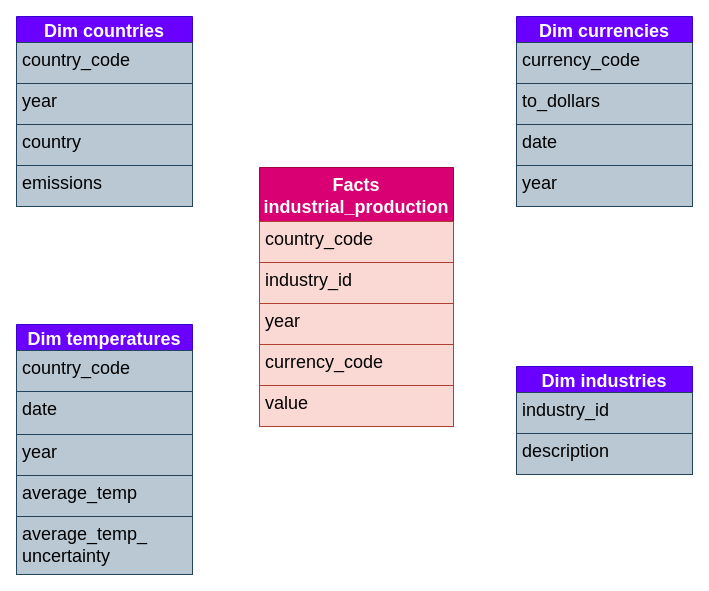
The draw.io diagram schema.drawio in Sondar4/Climate-Change-Analytics, before the edit. Source tidied: cells renumbered, new cells numbered last; positions are measured from the earlier drawing's top-left corner, leaving out a move shared by most shapes. Both pictures are drawn from the tidied source at 100%, with x=0, y=0 at pixel (16, 16).
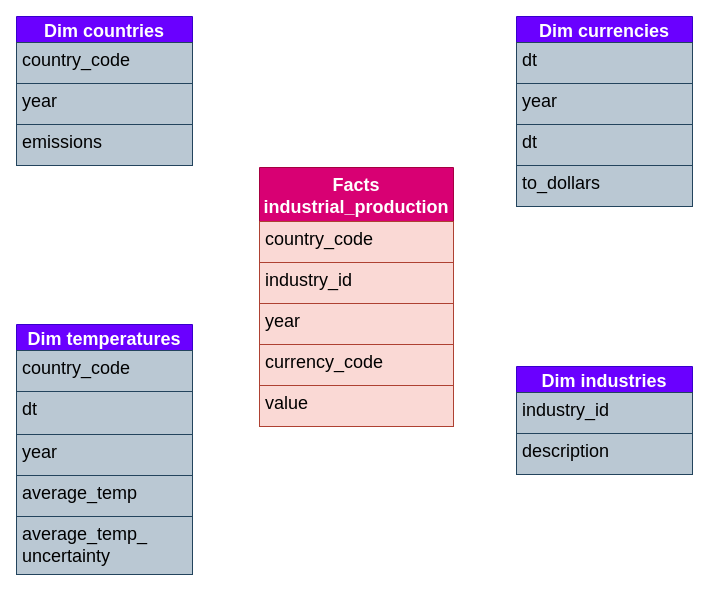
After the change.

Unchanged cells that the change refers to:
```xml
<mxCell id="9" value="Dim currencies" style="swimlane;fontStyle=1;horizontal=1;startSize=26;fillColor=#6a00ff;fontSize=18;fontFamily=Helvetica;strokeColor=#3700CC;fontColor=#ffffff;" parent="1" vertex="1">
  <mxGeometry x="500" width="176" height="149" as="geometry" />
</mxCell>
<mxCell id="18" value="Dim temperatures" style="swimlane;fontStyle=1;horizontal=1;startSize=26;fillColor=#6a00ff;fontSize=18;fontFamily=Helvetica;strokeColor=#3700CC;fontColor=#ffffff;" parent="1" vertex="1">
  <mxGeometry y="308" width="176" height="151" as="geometry" />
</mxCell>
```

The edit, as a diff of the source:
```diff
@@
-    <mxCell id="10" value="currency_code" style="text;align=left;verticalAlign=top;spacingLeft=4;spacingRight=4;overflow=hidden;fontSize=18;fillColor=#bac8d3;strokeColor=#23445d;fontColor=#000000;" parent="9" vertex="1">
+    <mxCell id="10" value="dt" style="text;align=left;verticalAlign=top;spacingLeft=4;spacingRight=4;overflow=hidden;fontSize=18;fillColor=#bac8d3;strokeColor=#23445d;fontColor=#000000;" parent="9" vertex="1">
       <mxGeometry y="26" width="176" height="41" as="geometry" />
     </mxCell>
-    <mxCell id="11" value="to_dollars" style="text;align=left;verticalAlign=top;spacingLeft=4;spacingRight=4;overflow=hidden;fontSize=18;fillColor=#bac8d3;strokeColor=#23445d;fontColor=#000000;" parent="9" vertex="1">
+    <mxCell id="11" value="year" style="text;align=left;verticalAlign=top;spacingLeft=4;spacingRight=4;overflow=hidden;fontSize=18;fillColor=#bac8d3;strokeColor=#23445d;fontColor=#000000;" parent="9" vertex="1">
       <mxGeometry y="67" width="176" height="41" as="geometry" />
     </mxCell>
-    <mxCell id="12" value="date" style="text;align=left;verticalAlign=top;spacingLeft=4;spacingRight=4;overflow=hidden;fontSize=18;fillColor=#bac8d3;strokeColor=#23445d;fontColor=#000000;" parent="9" vertex="1">
+    <mxCell id="12" value="dt" style="text;align=left;verticalAlign=top;spacingLeft=4;spacingRight=4;overflow=hidden;fontSize=18;fillColor=#bac8d3;strokeColor=#23445d;fontColor=#000000;" parent="9" vertex="1">
       <mxGeometry y="108" width="176" height="41" as="geometry" />
     </mxCell>
     <mxCell id="13" value="Dim countries" style="swimlane;fontStyle=1;horizontal=1;startSize=26;fillColor=#6a00ff;fontSize=18;fontFamily=Helvetica;strokeColor=#3700CC;fontColor=#ffffff;" parent="1" vertex="1">
-      <mxGeometry width="176" height="149" as="geometry" />
+      <mxGeometry width="176" height="108" as="geometry" />
     </mxCell>
@@
-    <mxCell id="16" value="country" style="text;align=left;verticalAlign=top;spacingLeft=4;spacingRight=4;overflow=hidden;fontSize=18;fillColor=#bac8d3;strokeColor=#23445d;fontColor=#000000;" parent="13" vertex="1">
-      <mxGeometry y="108" width="176" height="41" as="geometry" />
-    </mxCell>
     <mxCell id="17" value="emissions" style="text;align=left;verticalAlign=top;spacingLeft=4;spacingRight=4;overflow=hidden;fontSize=18;fillColor=#bac8d3;strokeColor=#23445d;fontColor=#000000;" parent="1" vertex="1">
-      <mxGeometry y="149" width="176" height="41" as="geometry" />
+      <mxGeometry y="108" width="176" height="41" as="geometry" />
     </mxCell>
@@
-    <mxCell id="20" value="date" style="text;align=left;verticalAlign=top;spacingLeft=4;spacingRight=4;overflow=hidden;fontSize=18;fillColor=#bac8d3;strokeColor=#23445d;fontColor=#000000;" parent="18" vertex="1">
+    <mxCell id="20" value="dt" style="text;align=left;verticalAlign=top;spacingLeft=4;spacingRight=4;overflow=hidden;fontSize=18;fillColor=#bac8d3;strokeColor=#23445d;fontColor=#000000;" parent="18" vertex="1">
       <mxGeometry y="67" width="176" height="43" as="geometry" />
     </mxCell>
@@
-    <mxCell id="27" value="year" style="text;align=left;verticalAlign=top;spacingLeft=4;spacingRight=4;overflow=hidden;fontSize=18;fillColor=#bac8d3;strokeColor=#23445d;fontColor=#000000;" parent="1" vertex="1">
+    <mxCell id="27" value="to_dollars" style="text;align=left;verticalAlign=top;spacingLeft=4;spacingRight=4;overflow=hidden;fontSize=18;fillColor=#bac8d3;strokeColor=#23445d;fontColor=#000000;" parent="1" vertex="1">
       <mxGeometry x="500" y="149" width="176" height="41" as="geometry" />
     </mxCell>
```
